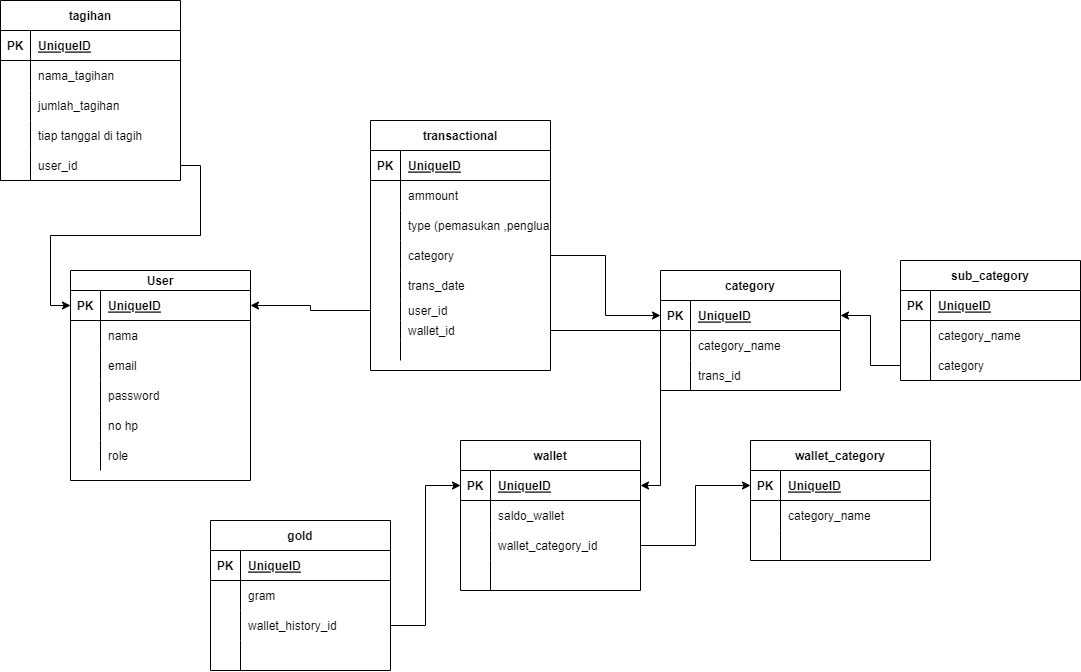
Before: db design.drawio.png, a diagram exported from draw.io (faisal0901/etentity). Source tidied: cells renumbered, new cells last; positions are measured from the earlier drawing's top-left corner, leaving out a move shared by most shapes.
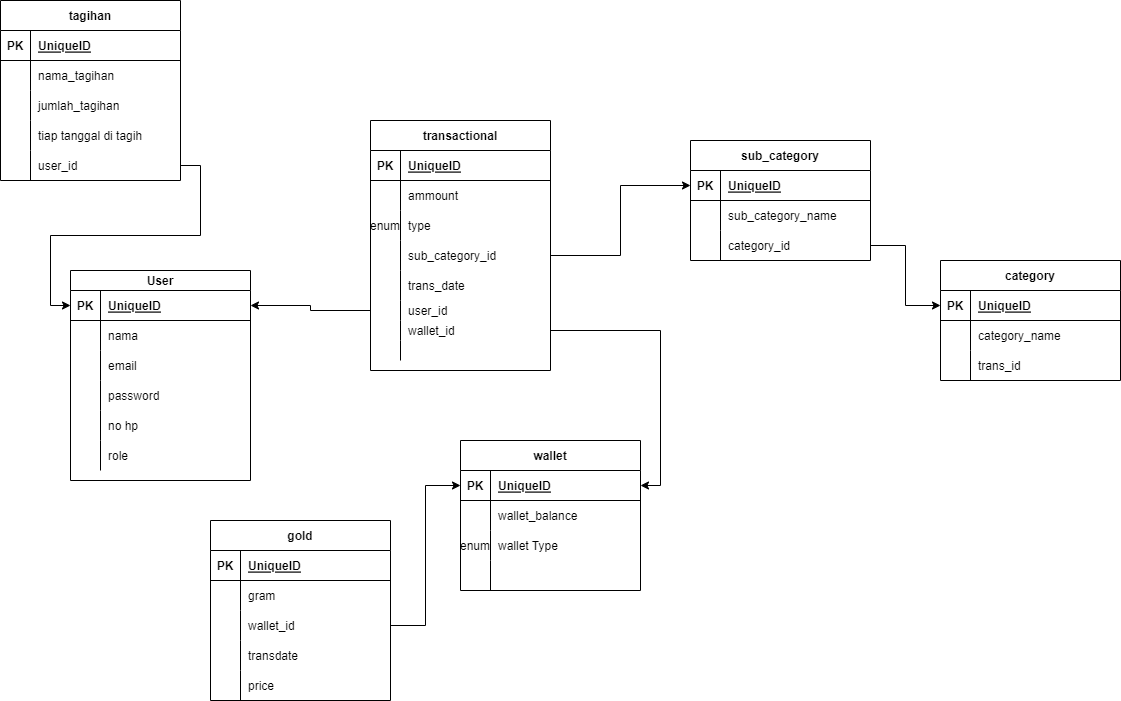
Above is the later version.

Change to the diagram source:
```diff
@@ -77,16 +77,16 @@
     <mxCell id="26" style="shape=partialRectangle;fillColor=none;top=0;left=0;bottom=0;right=0;overflow=hidden;" parent="25" vertex="1">
       <mxGeometry width="30" height="30" as="geometry" />
     </mxCell>
-    <mxCell id="27" value="saldo_wallet" style="shape=partialRectangle;fillColor=none;top=0;left=0;bottom=0;right=0;align=left;spacingLeft=6;overflow=hidden;" parent="25" vertex="1">
+    <mxCell id="27" value="wallet_balance" style="shape=partialRectangle;fillColor=none;top=0;left=0;bottom=0;right=0;align=left;spacingLeft=6;overflow=hidden;" parent="25" vertex="1">
       <mxGeometry x="30" width="150" height="30" as="geometry" />
     </mxCell>
     <mxCell id="28" style="shape=tableRow;horizontal=0;startSize=0;swimlaneHead=0;swimlaneBody=0;fillColor=none;points=[[0,0.5],[1,0.5]];portConstraint=eastwest;top=0;left=0;right=0;bottom=0;" parent="21" vertex="1">
       <mxGeometry y="90" width="180" height="30" as="geometry" />
     </mxCell>
-    <mxCell id="29" style="shape=partialRectangle;fillColor=none;top=0;left=0;bottom=0;right=0;overflow=hidden;" parent="28" vertex="1">
+    <mxCell id="29" value="enum" style="shape=partialRectangle;fillColor=none;top=0;left=0;bottom=0;right=0;overflow=hidden;" parent="28" vertex="1">
       <mxGeometry width="30" height="30" as="geometry" />
     </mxCell>
-    <mxCell id="30" value="wallet_category_id" style="shape=partialRectangle;fillColor=none;top=0;left=0;bottom=0;right=0;align=left;spacingLeft=6;overflow=hidden;" parent="28" vertex="1">
+    <mxCell id="30" value="wallet Type" style="shape=partialRectangle;fillColor=none;top=0;left=0;bottom=0;right=0;align=left;spacingLeft=6;overflow=hidden;" parent="28" vertex="1">
       <mxGeometry x="30" width="150" height="30" as="geometry" />
     </mxCell>
     <mxCell id="31" style="shape=tableRow;horizontal=0;startSize=0;swimlaneHead=0;swimlaneBody=0;fillColor=none;top=0;left=0;right=0;bottom=0;" parent="21" vertex="1">
@@ -173,10 +173,10 @@
     <mxCell id="58" style="shape=tableRow;horizontal=0;startSize=0;swimlaneHead=0;swimlaneBody=0;fillColor=none;top=0;left=0;right=0;bottom=0;" parent="51" vertex="1">
       <mxGeometry y="90" width="180" height="30" as="geometry" />
     </mxCell>
-    <mxCell id="59" style="shape=partialRectangle;fillColor=none;top=0;left=0;bottom=0;right=0;overflow=hidden;" parent="58" vertex="1">
+    <mxCell id="59" value="enum" style="shape=partialRectangle;fillColor=none;top=0;left=0;bottom=0;right=0;overflow=hidden;" parent="58" vertex="1">
       <mxGeometry width="30" height="30" as="geometry" />
     </mxCell>
-    <mxCell id="60" value="type (pemasukan ,pengluarn)" style="shape=partialRectangle;fillColor=none;top=0;left=0;bottom=0;right=0;align=left;spacingLeft=6;overflow=hidden;" parent="58" vertex="1">
+    <mxCell id="60" value="type" style="shape=partialRectangle;fillColor=none;top=0;left=0;bottom=0;right=0;align=left;spacingLeft=6;overflow=hidden;" parent="58" vertex="1">
       <mxGeometry x="30" width="150" height="30" as="geometry" />
     </mxCell>
     <mxCell id="61" style="shape=tableRow;horizontal=0;startSize=0;swimlaneHead=0;swimlaneBody=0;fillColor=none;points=[[0,0.5],[1,0.5]];portConstraint=eastwest;top=0;left=0;right=0;bottom=0;" parent="51" vertex="1">
@@ -185,7 +185,7 @@
     <mxCell id="62" style="shape=partialRectangle;fillColor=none;top=0;left=0;bottom=0;right=0;overflow=hidden;" parent="61" vertex="1">
       <mxGeometry width="30" height="30" as="geometry" />
     </mxCell>
-    <mxCell id="63" value="category" style="shape=partialRectangle;fillColor=none;top=0;left=0;bottom=0;right=0;align=left;spacingLeft=6;overflow=hidden;" parent="61" vertex="1">
+    <mxCell id="63" value="sub_category_id" style="shape=partialRectangle;fillColor=none;top=0;left=0;bottom=0;right=0;align=left;spacingLeft=6;overflow=hidden;" parent="61" vertex="1">
       <mxGeometry x="30" width="150" height="30" as="geometry" />
     </mxCell>
     <mxCell id="64" style="shape=tableRow;horizontal=0;startSize=0;swimlaneHead=0;swimlaneBody=0;fillColor=none;top=0;left=0;right=0;bottom=0;" parent="51" vertex="1">
@@ -225,7 +225,7 @@
       <mxGeometry x="30" width="150" height="20" as="geometry" />
     </mxCell>
     <mxCell id="76" value="category" style="shape=table;startSize=30;rowLines=0;fontStyle=1;align=center;" parent="1" vertex="1">
-      <mxGeometry x="660" y="270" width="180" height="120" as="geometry" />
+      <mxGeometry x="940" y="260" width="180" height="120" as="geometry" />
     </mxCell>
     <mxCell id="77" style="shape=tableRow;horizontal=0;startSize=0;swimlaneHead=0;swimlaneBody=0;fillColor=none;points=[[0,0.5],[1,0.5]];portConstraint=eastwest;top=0;left=0;right=0;bottom=1;" parent="76" vertex="1">
       <mxGeometry y="30" width="180" height="30" as="geometry" />
@@ -254,44 +254,11 @@
     <mxCell id="85" value="trans_id" style="shape=partialRectangle;fillColor=none;top=0;left=0;bottom=0;right=0;align=left;spacingLeft=6;overflow=hidden;" parent="83" vertex="1">
       <mxGeometry x="30" width="150" height="30" as="geometry" />
     </mxCell>
-    <mxCell id="86" value="wallet_category" style="shape=table;startSize=30;rowLines=0;fontStyle=1;align=center;" parent="1" vertex="1">
-      <mxGeometry x="750" y="440" width="180" height="120" as="geometry" />
-    </mxCell>
-    <mxCell id="87" style="shape=tableRow;horizontal=0;startSize=0;swimlaneHead=0;swimlaneBody=0;fillColor=none;points=[[0,0.5],[1,0.5]];portConstraint=eastwest;top=0;left=0;right=0;bottom=1;" parent="86" vertex="1">
-      <mxGeometry y="30" width="180" height="30" as="geometry" />
-    </mxCell>
-    <mxCell id="88" value="PK" style="shape=partialRectangle;fillColor=none;top=0;left=0;bottom=0;right=0;fontStyle=1;overflow=hidden;" parent="87" vertex="1">
-      <mxGeometry width="30" height="30" as="geometry" />
-    </mxCell>
-    <mxCell id="89" value="UniqueID" style="shape=partialRectangle;fillColor=none;top=0;left=0;bottom=0;right=0;align=left;spacingLeft=6;fontStyle=5;overflow=hidden;" parent="87" vertex="1">
-      <mxGeometry x="30" width="150" height="30" as="geometry" />
-    </mxCell>
-    <mxCell id="90" style="shape=tableRow;horizontal=0;startSize=0;swimlaneHead=0;swimlaneBody=0;fillColor=none;top=0;left=0;right=0;bottom=0;" parent="86" vertex="1">
-      <mxGeometry y="60" width="180" height="30" as="geometry" />
-    </mxCell>
-    <mxCell id="91" style="shape=partialRectangle;fillColor=none;top=0;left=0;bottom=0;right=0;overflow=hidden;" parent="90" vertex="1">
-      <mxGeometry width="30" height="30" as="geometry" />
-    </mxCell>
-    <mxCell id="92" value="category_name" style="shape=partialRectangle;fillColor=none;top=0;left=0;bottom=0;right=0;align=left;spacingLeft=6;overflow=hidden;" parent="90" vertex="1">
-      <mxGeometry x="30" width="150" height="30" as="geometry" />
-    </mxCell>
-    <mxCell id="93" style="shape=tableRow;horizontal=0;startSize=0;swimlaneHead=0;swimlaneBody=0;fillColor=none;top=0;left=0;right=0;bottom=0;" parent="86" vertex="1">
-      <mxGeometry y="90" width="180" height="30" as="geometry" />
-    </mxCell>
-    <mxCell id="94" style="shape=partialRectangle;fillColor=none;top=0;left=0;bottom=0;right=0;overflow=hidden;" parent="93" vertex="1">
-      <mxGeometry width="30" height="30" as="geometry" />
-    </mxCell>
-    <mxCell id="95" style="shape=partialRectangle;fillColor=none;top=0;left=0;bottom=0;right=0;align=left;spacingLeft=6;overflow=hidden;" parent="93" vertex="1">
-      <mxGeometry x="30" width="150" height="30" as="geometry" />
-    </mxCell>
-    <mxCell id="96" style="edgeStyle=orthogonalEdgeStyle;rounded=0;jettySize=auto;html=1;entryX=0;entryY=0.5;entryDx=0;entryDy=0;" parent="1" edge="1" source="28" target="87">
-      <mxGeometry relative="1" as="geometry" />
-    </mxCell>
     <mxCell id="97" style="edgeStyle=orthogonalEdgeStyle;rounded=0;jettySize=auto;html=1;entryX=1;entryY=0.5;entryDx=0;entryDy=0;" parent="1" edge="1" source="67" target="3">
       <mxGeometry relative="1" as="geometry" />
     </mxCell>
     <mxCell id="98" value="sub_category" style="shape=table;startSize=30;rowLines=0;fontStyle=1;align=center;" parent="1" vertex="1">
-      <mxGeometry x="900" y="260" width="180" height="120" as="geometry" />
+      <mxGeometry x="690" y="140" width="180" height="120" as="geometry" />
     </mxCell>
     <mxCell id="99" style="shape=tableRow;horizontal=0;startSize=0;swimlaneHead=0;swimlaneBody=0;fillColor=none;points=[[0,0.5],[1,0.5]];portConstraint=eastwest;top=0;left=0;right=0;bottom=1;" parent="98" vertex="1">
       <mxGeometry y="30" width="180" height="30" as="geometry" />
@@ -308,7 +275,7 @@
     <mxCell id="103" style="shape=partialRectangle;fillColor=none;top=0;left=0;bottom=0;right=0;overflow=hidden;" parent="102" vertex="1">
       <mxGeometry width="30" height="30" as="geometry" />
     </mxCell>
-    <mxCell id="104" value="category_name" style="shape=partialRectangle;fillColor=none;top=0;left=0;bottom=0;right=0;align=left;spacingLeft=6;overflow=hidden;" parent="102" vertex="1">
+    <mxCell id="104" value="sub_category_name" style="shape=partialRectangle;fillColor=none;top=0;left=0;bottom=0;right=0;align=left;spacingLeft=6;overflow=hidden;" parent="102" vertex="1">
       <mxGeometry x="30" width="150" height="30" as="geometry" />
     </mxCell>
     <mxCell id="105" style="shape=tableRow;horizontal=0;startSize=0;swimlaneHead=0;swimlaneBody=0;fillColor=none;points=[[0,0.5],[1,0.5]];portConstraint=eastwest;top=0;left=0;right=0;bottom=0;" parent="98" vertex="1">
@@ -317,17 +284,14 @@
     <mxCell id="106" style="shape=partialRectangle;fillColor=none;top=0;left=0;bottom=0;right=0;overflow=hidden;" parent="105" vertex="1">
       <mxGeometry width="30" height="30" as="geometry" />
     </mxCell>
-    <mxCell id="107" value="category" style="shape=partialRectangle;fillColor=none;top=0;left=0;bottom=0;right=0;align=left;spacingLeft=6;overflow=hidden;" parent="105" vertex="1">
+    <mxCell id="107" value="category_id" style="shape=partialRectangle;fillColor=none;top=0;left=0;bottom=0;right=0;align=left;spacingLeft=6;overflow=hidden;" parent="105" vertex="1">
       <mxGeometry x="30" width="150" height="30" as="geometry" />
     </mxCell>
     <mxCell id="108" style="edgeStyle=orthogonalEdgeStyle;rounded=0;jettySize=auto;html=1;" parent="1" edge="1" source="105" target="77">
       <mxGeometry relative="1" as="geometry" />
     </mxCell>
-    <mxCell id="109" style="edgeStyle=orthogonalEdgeStyle;rounded=0;jettySize=auto;html=1;entryX=0;entryY=0.5;entryDx=0;entryDy=0;" parent="1" edge="1" source="61" target="77">
-      <mxGeometry relative="1" as="geometry" />
-    </mxCell>
     <mxCell id="110" value="gold" style="shape=table;startSize=30;rowLines=0;fontStyle=1;align=center;" parent="1" vertex="1">
-      <mxGeometry x="210" y="520" width="180" height="150" as="geometry" />
+      <mxGeometry x="210" y="520" width="180" height="180" as="geometry" />
     </mxCell>
     <mxCell id="111" style="shape=tableRow;horizontal=0;startSize=0;swimlaneHead=0;swimlaneBody=0;fillColor=none;top=0;left=0;right=0;bottom=1;" parent="110" vertex="1">
       <mxGeometry y="30" width="180" height="30" as="geometry" />
@@ -353,7 +317,7 @@
     <mxCell id="118" style="shape=partialRectangle;fillColor=none;top=0;left=0;bottom=0;right=0;overflow=hidden;" parent="117" vertex="1">
       <mxGeometry width="30" height="30" as="geometry" />
     </mxCell>
-    <mxCell id="119" value="wallet_history_id" style="shape=partialRectangle;fillColor=none;top=0;left=0;bottom=0;right=0;align=left;spacingLeft=6;overflow=hidden;" parent="117" vertex="1">
+    <mxCell id="119" value="wallet_id" style="shape=partialRectangle;fillColor=none;top=0;left=0;bottom=0;right=0;align=left;spacingLeft=6;overflow=hidden;" parent="117" vertex="1">
       <mxGeometry x="30" width="150" height="30" as="geometry" />
     </mxCell>
     <mxCell id="120" style="shape=tableRow;horizontal=0;startSize=0;swimlaneHead=0;swimlaneBody=0;fillColor=none;top=0;left=0;right=0;bottom=0;" parent="110" vertex="1">
@@ -362,14 +326,26 @@
     <mxCell id="121" style="shape=partialRectangle;fillColor=none;top=0;left=0;bottom=0;right=0;overflow=hidden;" parent="120" vertex="1">
       <mxGeometry width="30" height="30" as="geometry" />
     </mxCell>
-    <mxCell id="122" style="shape=partialRectangle;fillColor=none;top=0;left=0;bottom=0;right=0;align=left;spacingLeft=6;overflow=hidden;" parent="120" vertex="1">
+    <mxCell id="122" value="transdate" style="shape=partialRectangle;fillColor=none;top=0;left=0;bottom=0;right=0;align=left;spacingLeft=6;overflow=hidden;" parent="120" vertex="1">
       <mxGeometry x="30" width="150" height="30" as="geometry" />
     </mxCell>
+    <mxCell id="125" style="shape=tableRow;horizontal=0;startSize=0;swimlaneHead=0;swimlaneBody=0;fillColor=none;top=0;left=0;right=0;bottom=0;" parent="110" vertex="1">
+      <mxGeometry y="150" width="180" height="30" as="geometry" />
+    </mxCell>
+    <mxCell id="126" style="shape=partialRectangle;fillColor=none;top=0;left=0;bottom=0;right=0;overflow=hidden;" parent="125" vertex="1">
+      <mxGeometry width="30" height="30" as="geometry" />
+    </mxCell>
+    <mxCell id="127" value="price" style="shape=partialRectangle;fillColor=none;top=0;left=0;bottom=0;right=0;align=left;spacingLeft=6;overflow=hidden;" parent="125" vertex="1">
+      <mxGeometry x="30" width="150" height="30" as="geometry" />
+    </mxCell>
     <mxCell id="123" style="edgeStyle=orthogonalEdgeStyle;rounded=0;jettySize=auto;html=1;entryX=1;entryY=0.5;entryDx=0;entryDy=0;" parent="1" edge="1" source="70" target="22">
       <mxGeometry relative="1" as="geometry" />
     </mxCell>
     <mxCell id="124" style="edgeStyle=orthogonalEdgeStyle;rounded=0;jettySize=auto;html=1;" parent="1" edge="1" source="117" target="22">
       <mxGeometry relative="1" as="geometry" />
     </mxCell>
+    <mxCell id="128" style="edgeStyle=orthogonalEdgeStyle;rounded=0;jettySize=auto;html=1;entryX=0;entryY=0.5;entryDx=0;entryDy=0;" parent="1" edge="1" source="61" target="99">
+      <mxGeometry relative="1" as="geometry" />
+    </mxCell>
   </root>
 </mxGraphModel>
```
